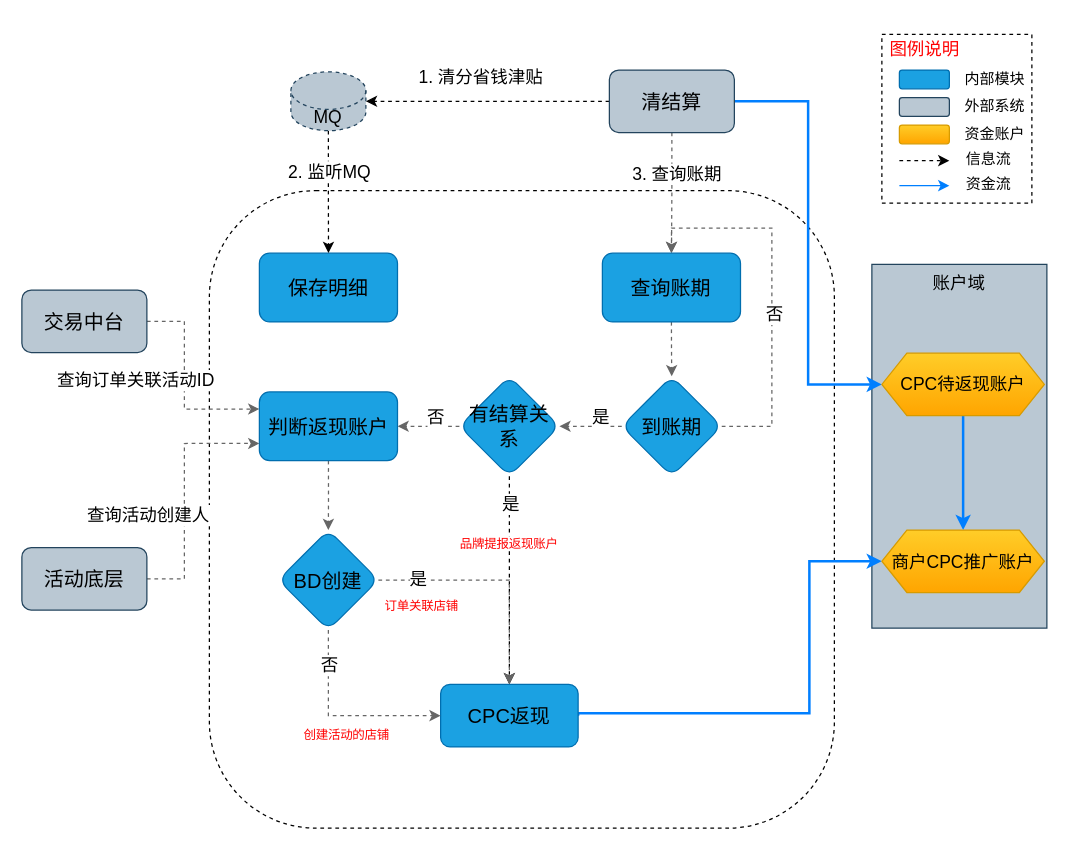
jon-kong/draw.io keeps this draw.io diagram as page "CPC返现" (6 of 6) of 智能满减.drawio. Above is the earlier version. Source tidied: cells renumbered, new cells numbered last; positions are measured from the earlier drawing's top-left corner, leaving out a move shared by most shapes. Both pictures are drawn from the tidied source at 125%, with x=0, y=0 at pixel (21, 34).
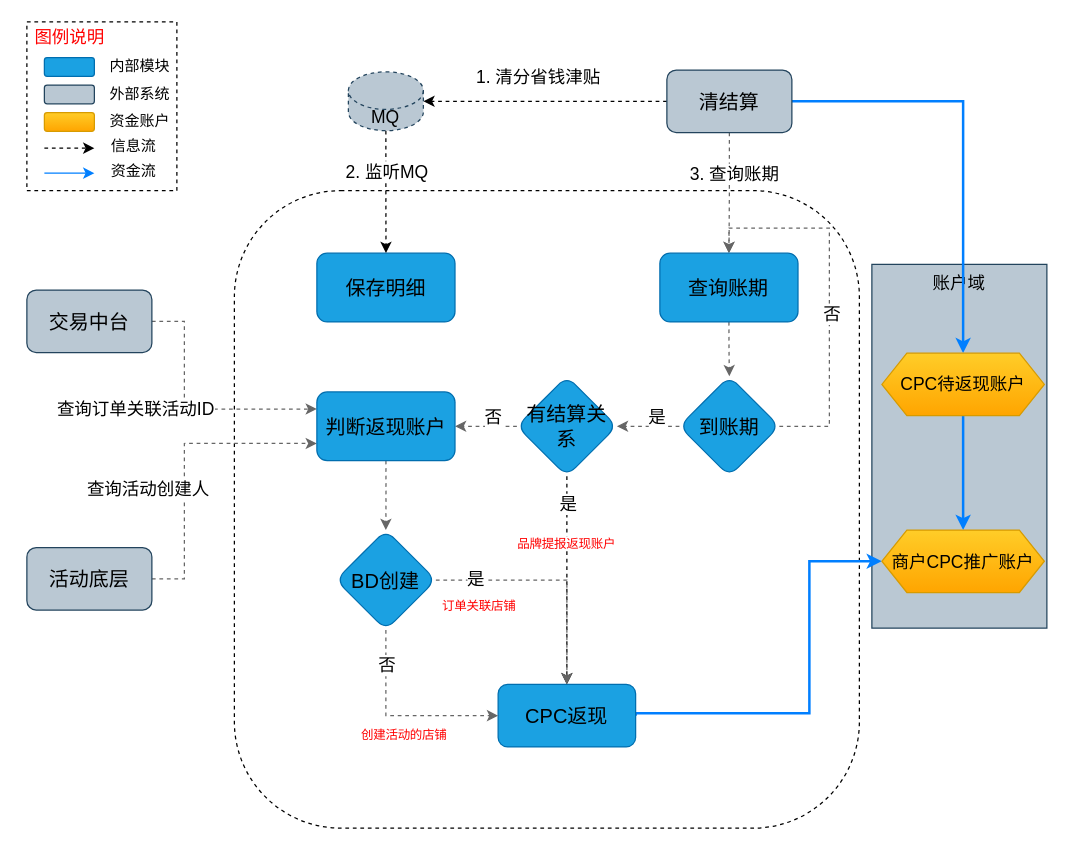
The same diagram, later.

The change refers to these unchanged cells:
```xml
<mxCell id="47" value="CPC待返现账户" style="shape=hexagon;perimeter=hexagonPerimeter2;whiteSpace=wrap;html=1;fixedSize=1;strokeWidth=1;fontSize=14;align=center;gradientColor=#ffa500;fillColor=#ffcd28;strokeColor=#d79b00;" parent="1" vertex="1">
  <mxGeometry x="688" y="255" width="130" height="50" as="geometry" />
</mxCell>
```

Diff of the diagram source:
```diff
@@
     <mxCell id="3" style="rounded=1;whiteSpace=wrap;html=1;dashed=1;arcSize=17;" parent="1" vertex="1">
-      <mxGeometry x="150" y="125" width="500" height="510" as="geometry" />
+      <mxGeometry x="170" y="125" width="500" height="510" as="geometry" />
     </mxCell>
     <mxCell id="4" value="保存明细" style="rounded=1;whiteSpace=wrap;html=1;fillColor=#1ba1e2;strokeColor=#006EAF;fontColor=#000000;fontSize=16;" parent="1" vertex="1">
-      <mxGeometry x="190" y="175" width="110.5" height="55" as="geometry" />
+      <mxGeometry x="236" y="175" width="110.5" height="55" as="geometry" />
     </mxCell>
@@
     <mxCell id="9" value="活动底层" style="rounded=1;whiteSpace=wrap;html=1;fillColor=#bac8d3;strokeColor=#23445d;fontSize=16;" parent="1" vertex="1">
-      <mxGeometry y="410.5" width="100" height="50" as="geometry" />
+      <mxGeometry x="4" y="410.5" width="100" height="50" as="geometry" />
     </mxCell>
@@
     <mxCell id="12" value="交易中台" style="rounded=1;whiteSpace=wrap;html=1;fillColor=#bac8d3;strokeColor=#23445d;fontSize=16;" parent="1" vertex="1">
-      <mxGeometry y="204.5" width="100" height="50" as="geometry" />
+      <mxGeometry x="4" y="204.5" width="100" height="50" as="geometry" />
     </mxCell>
     <mxCell id="13" style="rounded=0;whiteSpace=wrap;html=1;fillColor=none;fontSize=14;fontColor=#000000;dashed=1;" parent="1" vertex="1">
-      <mxGeometry x="688" width="120" height="135" as="geometry" />
+      <mxGeometry x="4" y="-10" width="120" height="135" as="geometry" />
     </mxCell>
     <mxCell id="14" value="图例说明" style="text;html=1;align=center;verticalAlign=middle;fontSize=14;fontColor=#FF0000;" parent="1" vertex="1">
-      <mxGeometry x="687" y="2" width="70" height="20" as="geometry" />
+      <mxGeometry x="3" y="-8" width="70" height="20" as="geometry" />
     </mxCell>
     <mxCell id="15" style="rounded=1;whiteSpace=wrap;html=1;fillColor=#1ba1e2;strokeColor=#006EAF;fontColor=#000000;fontSize=16;" parent="1" vertex="1">
-      <mxGeometry x="702" y="28.5" width="40" height="15" as="geometry" />
+      <mxGeometry x="18" y="18.5" width="40" height="15" as="geometry" />
     </mxCell>
     <mxCell id="16" value="内部模块" style="text;html=1;align=center;verticalAlign=middle;fontSize=12;fontColor=#000000;" parent="1" vertex="1">
-      <mxGeometry x="748" y="26" width="60" height="20" as="geometry" />
+      <mxGeometry x="64" y="16" width="60" height="20" as="geometry" />
     </mxCell>
     <mxCell id="17" style="rounded=1;whiteSpace=wrap;html=1;fillColor=#bac8d3;strokeColor=#23445d;fontSize=16;" parent="1" vertex="1">
-      <mxGeometry x="702" y="50.5" width="40" height="15" as="geometry" />
+      <mxGeometry x="18" y="40.5" width="40" height="15" as="geometry" />
     </mxCell>
     <mxCell id="18" value="外部系统" style="text;html=1;align=center;verticalAlign=middle;fontSize=12;fontColor=#000000;" parent="1" vertex="1">
-      <mxGeometry x="748" y="48" width="60" height="20" as="geometry" />
+      <mxGeometry x="64" y="38" width="60" height="20" as="geometry" />
     </mxCell>
     <mxCell id="19" style="endArrow=classic;html=1;dashed=1;fontSize=12;fontColor=#000000;" parent="1" edge="1">
       <mxGeometry relative="1" as="geometry">
-        <mxPoint x="702" y="101" as="sourcePoint" />
-        <mxPoint x="742" y="101" as="targetPoint" />
+        <mxPoint x="18" y="91" as="sourcePoint" />
+        <mxPoint x="58" y="91" as="targetPoint" />
       </mxGeometry>
     </mxCell>
     <mxCell id="20" value="信息流" style="text;html=1;align=center;verticalAlign=middle;fontSize=12;fontColor=#000000;" parent="1" vertex="1">
-      <mxGeometry x="748" y="90" width="50" height="20" as="geometry" />
+      <mxGeometry x="64" y="80" width="50" height="20" as="geometry" />
     </mxCell>
@@
-    <mxCell id="25" style="edgeStyle=orthogonalEdgeStyle;rounded=0;jettySize=auto;html=1;exitX=1;exitY=0.5;exitDx=0;exitDy=0;entryX=0;entryY=0.5;entryDx=0;entryDy=0;strokeColor=#007FFF;strokeWidth=2;fontSize=14;fontColor=#000000;" parent="1" edge="1" source="26" target="47">
+    <mxCell id="25" style="edgeStyle=orthogonalEdgeStyle;rounded=0;jettySize=auto;html=1;exitX=1;exitY=0.5;exitDx=0;exitDy=0;strokeColor=#007FFF;strokeWidth=2;fontSize=14;fontColor=#000000;" parent="1" edge="1" source="26" target="47">
       <mxGeometry relative="1" as="geometry" />
     </mxCell>
     <mxCell id="26" value="清结算" style="rounded=1;whiteSpace=wrap;html=1;fillColor=#bac8d3;strokeColor=#23445d;fontSize=16;" parent="1" vertex="1">
-      <mxGeometry x="470" y="28.5" width="100" height="50" as="geometry" />
+      <mxGeometry x="516" y="28.5" width="100" height="50" as="geometry" />
     </mxCell>
     <mxCell id="27" value="MQ" style="shape=cylinder3;whiteSpace=wrap;html=1;boundedLbl=1;backgroundOutline=1;size=15;dashed=1;strokeWidth=1;fontSize=14;align=center;fillColor=#bac8d3;strokeColor=#23445d;" parent="1" vertex="1">
-      <mxGeometry x="215.2" y="30" width="60" height="47" as="geometry" />
+      <mxGeometry x="261.2" y="30" width="60" height="47" as="geometry" />
     </mxCell>
     <mxCell id="28" style="edgeStyle=orthogonalEdgeStyle;rounded=0;jettySize=auto;html=1;exitX=1;exitY=0.5;exitDx=0;exitDy=0;entryX=0.5;entryY=0;entryDx=0;entryDy=0;dashed=1;strokeColor=#666666;strokeWidth=1;fontSize=14;fontColor=#000000;" parent="1" edge="1" source="32" target="45">
       <mxGeometry relative="1" as="geometry">
         <Array as="points">
-          <mxPoint x="600" y="314" />
-          <mxPoint x="600" y="155" />
-          <mxPoint x="520" y="155" />
+          <mxPoint x="646" y="314" />
+          <mxPoint x="646" y="155" />
+          <mxPoint x="566" y="155" />
         </Array>
       </mxGeometry>
     </mxCell>
@@
     <mxCell id="32" value="到账期" style="rhombus;whiteSpace=wrap;html=1;rounded=1;fontSize=16;strokeColor=#006EAF;fillColor=#1ba1e2;" parent="1" vertex="1">
-      <mxGeometry x="479.9" y="273.5" width="80" height="80" as="geometry" />
+      <mxGeometry x="526" y="273.5" width="80" height="80" as="geometry" />
     </mxCell>
@@
     <mxCell id="37" value="有结算关系" style="rhombus;whiteSpace=wrap;html=1;rounded=1;fontSize=16;strokeColor=#006EAF;fillColor=#1ba1e2;" parent="1" vertex="1">
-      <mxGeometry x="350" y="273.5" width="80" height="80" as="geometry" />
+      <mxGeometry x="396" y="273.5" width="80" height="80" as="geometry" />
     </mxCell>
@@
     <mxCell id="39" value="CPC返现" style="rounded=1;whiteSpace=wrap;html=1;fillColor=#1ba1e2;strokeColor=#006EAF;fontColor=#000000;fontSize=16;" parent="1" vertex="1">
-      <mxGeometry x="335" y="520" width="110" height="50" as="geometry" />
+      <mxGeometry x="381" y="520" width="110" height="50" as="geometry" />
     </mxCell>
     <mxCell id="40" style="endArrow=classic;html=1;fontSize=12;fontColor=#000000;strokeColor=#007FFF;" parent="1" edge="1">
       <mxGeometry relative="1" as="geometry">
-        <mxPoint x="702" y="121" as="sourcePoint" />
-        <mxPoint x="742" y="121" as="targetPoint" />
+        <mxPoint x="18" y="111" as="sourcePoint" />
+        <mxPoint x="58" y="111" as="targetPoint" />
       </mxGeometry>
     </mxCell>
     <mxCell id="41" value="资金流" style="text;html=1;align=center;verticalAlign=middle;fontSize=12;fontColor=#000000;" parent="1" vertex="1">
-      <mxGeometry x="748" y="110" width="50" height="20" as="geometry" />
+      <mxGeometry x="64" y="100" width="50" height="20" as="geometry" />
     </mxCell>
     <mxCell id="42" style="rounded=1;whiteSpace=wrap;html=1;fillColor=#ffcd28;strokeColor=#d79b00;fontSize=16;gradientColor=#ffa500;" parent="1" vertex="1">
-      <mxGeometry x="702" y="72.5" width="40" height="15" as="geometry" />
+      <mxGeometry x="18" y="62.5" width="40" height="15" as="geometry" />
     </mxCell>
     <mxCell id="43" value="资金账户" style="text;html=1;align=center;verticalAlign=middle;fontSize=12;fontColor=#000000;" parent="1" vertex="1">
-      <mxGeometry x="748" y="70" width="60" height="20" as="geometry" />
+      <mxGeometry x="64" y="60" width="60" height="20" as="geometry" />
     </mxCell>
@@
     <mxCell id="45" value="查询账期" style="rounded=1;whiteSpace=wrap;html=1;fillColor=#1ba1e2;strokeColor=#006EAF;fontColor=#000000;fontSize=16;" parent="1" vertex="1">
-      <mxGeometry x="464.4" y="175" width="110.5" height="55" as="geometry" />
+      <mxGeometry x="510.4" y="175" width="110.5" height="55" as="geometry" />
     </mxCell>
@@
     <mxCell id="49" value="判断返现账户" style="rounded=1;whiteSpace=wrap;html=1;fillColor=#1ba1e2;strokeColor=#006EAF;fontColor=#000000;fontSize=16;" parent="1" vertex="1">
-      <mxGeometry x="190" y="286" width="110.5" height="55" as="geometry" />
+      <mxGeometry x="236" y="286" width="110.5" height="55" as="geometry" />
     </mxCell>
@@
     <mxCell id="54" value="BD创建" style="rhombus;whiteSpace=wrap;html=1;rounded=1;fontSize=16;strokeColor=#006EAF;fillColor=#1ba1e2;" parent="1" vertex="1">
-      <mxGeometry x="205.2" y="396.5" width="80" height="80" as="geometry" />
+      <mxGeometry x="251.2" y="396.5" width="80" height="80" as="geometry" />
     </mxCell>
@@
     <mxCell id="56" value="&lt;span style=&quot;letter-spacing: -0.22px; text-align: left; background-color: rgb(255, 255, 255); font-size: 10px;&quot;&gt;品牌提报返现账户&lt;/span&gt;" style="text;html=1;strokeColor=none;fillColor=none;align=center;verticalAlign=middle;whiteSpace=wrap;rounded=0;fontSize=10;fontColor=#FF0000;" parent="1" vertex="1">
-      <mxGeometry x="330" y="396.5" width="120" height="20" as="geometry" />
+      <mxGeometry x="376" y="396.5" width="120" height="20" as="geometry" />
     </mxCell>
     <mxCell id="57" value="&lt;span style=&quot;letter-spacing: -0.22px ; text-align: left ; background-color: rgb(255 , 255 , 255) ; font-size: 10px&quot;&gt;订单关联店铺&lt;/span&gt;" style="text;html=1;strokeColor=none;fillColor=none;align=center;verticalAlign=middle;whiteSpace=wrap;rounded=0;fontSize=10;fontColor=#FF0000;" parent="1" vertex="1">
-      <mxGeometry x="260" y="446.5" width="120" height="20" as="geometry" />
+      <mxGeometry x="306" y="446.5" width="120" height="20" as="geometry" />
     </mxCell>
     <mxCell id="58" value="&lt;span style=&quot;letter-spacing: -0.22px ; text-align: left ; background-color: rgb(255 , 255 , 255) ; font-size: 10px&quot;&gt;创建活动的店铺&lt;/span&gt;" style="text;html=1;strokeColor=none;fillColor=none;align=center;verticalAlign=middle;whiteSpace=wrap;rounded=0;fontSize=10;fontColor=#FF0000;" parent="1" vertex="1">
-      <mxGeometry x="200" y="550" width="120" height="20" as="geometry" />
+      <mxGeometry x="246" y="550" width="120" height="20" as="geometry" />
     </mxCell>
```
